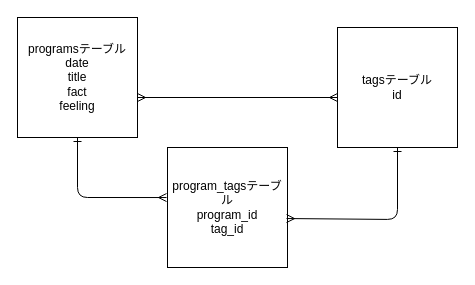
Before: table.dio in 97ishikawa9/program_output, a draw.io diagram. Source tidied: cells renumbered, new cells numbered last; positions are measured from the earlier drawing's top-left corner, leaving out a move shared by most shapes. Both pictures are drawn from the tidied source at 100%, with x=0, y=0 at pixel (17, 17).
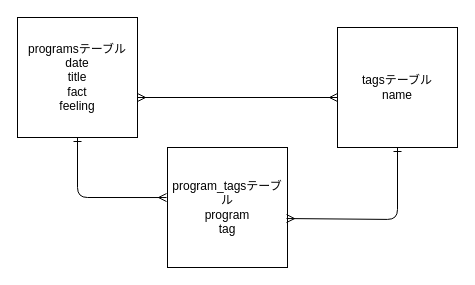
The same page after the edit.

Commit message:
ER図のカラム名の見直し

The edit, as a diff of the source:
```diff
@@
 <mxGraphModel>
   <root>
     <mxCell id="0" />
     <mxCell id="1" parent="0" />
     <mxCell id="2" value="programsテーブル&lt;br&gt;date&lt;br&gt;title&lt;br&gt;fact&lt;br&gt;feeling" style="whiteSpace=wrap;html=1;" parent="1" vertex="1">
       <mxGeometry width="120" height="120" as="geometry" />
     </mxCell>
-    <mxCell id="3" value="program_tagsテーブル&lt;br&gt;program_id&lt;br&gt;tag_id" style="whiteSpace=wrap;html=1;" parent="1" vertex="1">
+    <mxCell id="3" value="program_tagsテーブル&lt;br&gt;program&lt;br&gt;tag" style="whiteSpace=wrap;html=1;" parent="1" vertex="1">
       <mxGeometry x="150" y="130" width="120" height="120" as="geometry" />
     </mxCell>
-    <mxCell id="4" value="tagsテーブル&lt;br&gt;id" style="whiteSpace=wrap;html=1;" parent="1" vertex="1">
+    <mxCell id="4" value="tagsテーブル&lt;br&gt;name" style="whiteSpace=wrap;html=1;" parent="1" vertex="1">
       <mxGeometry x="320" y="10" width="120" height="120" as="geometry" />
     </mxCell>
     <mxCell id="5" style="endArrow=ERmany;html=1;startArrow=ERone;startFill=0;entryX=-0.008;entryY=0.417;entryDx=0;entryDy=0;endFill=0;entryPerimeter=0;exitX=0.5;exitY=1;exitDx=0;exitDy=0;" parent="1" edge="1" source="2" target="3">
       <mxGeometry relative="1" as="geometry">
         <Array as="points">
           <mxPoint x="60" y="180" />
         </Array>
       </mxGeometry>
     </mxCell>
     <mxCell id="6" style="endArrow=ERone;html=1;exitX=0.992;exitY=0.592;exitDx=0;exitDy=0;entryX=0.5;entryY=1;entryDx=0;entryDy=0;startArrow=ERmany;startFill=0;endFill=0;exitPerimeter=0;" parent="1" edge="1" source="3" target="4">
       <mxGeometry relative="1" as="geometry">
         <Array as="points">
           <mxPoint x="380" y="202" />
         </Array>
       </mxGeometry>
     </mxCell>
     <mxCell id="7" style="endArrow=none;html=1;entryX=0;entryY=0.667;entryDx=0;entryDy=0;entryPerimeter=0;startArrow=ERmany;startFill=0;strokeColor=none;" parent="1" edge="1" target="3">
       <mxGeometry relative="1" as="geometry">
         <mxPoint x="120" y="80" as="sourcePoint" />
       </mxGeometry>
     </mxCell>
     <mxCell id="8" style="endArrow=ERmany;html=1;endFill=0;startArrow=ERmany;startFill=0;" parent="1" edge="1">
       <mxGeometry relative="1" as="geometry">
         <mxPoint x="120" y="80" as="sourcePoint" />
         <mxPoint x="320" y="80" as="targetPoint" />
       </mxGeometry>
     </mxCell>
   </root>
 </mxGraphModel>
```
